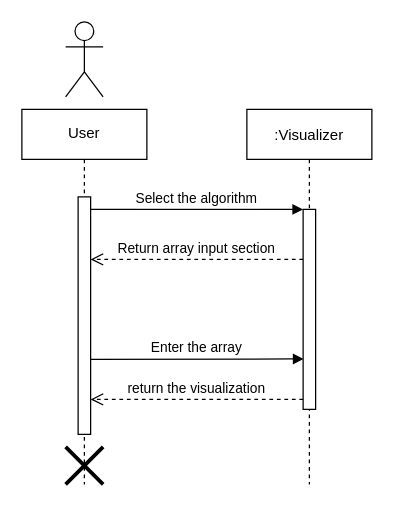
Above: Sequence_diagram.drawio in Mitansh007/SE (draw.io), before the change. Source tidied: cells renumbered, new cells numbered last; positions are measured from the earlier drawing's top-left corner, leaving out a move shared by most shapes. Both pictures are drawn from the tidied source at 125%, with x=0, y=0 at pixel (21, 21).
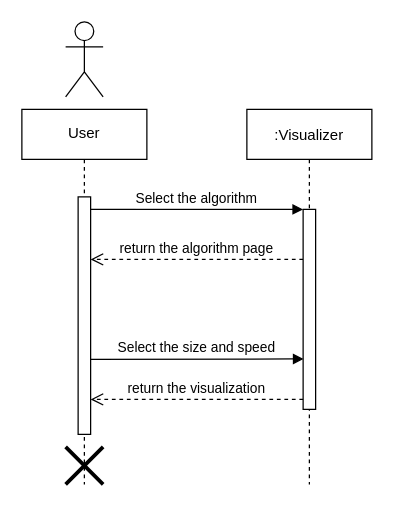
The same diagram, later.

Change to the diagram source:
```diff
@@
 <mxGraphModel>
   <root>
     <mxCell id="0" />
     <mxCell id="1" parent="0" />
     <mxCell id="2" style="shape=umlLifeline;perimeter=lifelinePerimeter;rounded=0;shadow=0;strokeWidth=1;" parent="1" vertex="1">
       <mxGeometry y="70" width="100" height="300" as="geometry" />
     </mxCell>
     <mxCell id="3" style="points=[];perimeter=orthogonalPerimeter;rounded=0;shadow=0;strokeWidth=1;" parent="2" vertex="1">
       <mxGeometry x="45" y="70" width="10" height="190" as="geometry" />
     </mxCell>
     <mxCell id="4" value="User" style="text;html=1;strokeColor=none;fillColor=none;align=center;verticalAlign=middle;whiteSpace=wrap;rounded=0;" parent="2" vertex="1">
       <mxGeometry x="20" y="4" width="60" height="30" as="geometry" />
     </mxCell>
-    <mxCell id="5" value="Return array input section" style="verticalAlign=bottom;endArrow=open;dashed=1;endSize=8;exitX=0;exitY=0.95;shadow=0;strokeWidth=1;" parent="2" edge="1">
+    <mxCell id="5" value="return the algorithm page" style="verticalAlign=bottom;endArrow=open;dashed=1;endSize=8;exitX=0;exitY=0.95;shadow=0;strokeWidth=1;" parent="2" edge="1">
       <mxGeometry relative="1" as="geometry">
         <mxPoint x="225" y="120" as="sourcePoint" />
         <mxPoint x="55" y="120" as="targetPoint" />
       </mxGeometry>
     </mxCell>
     <mxCell id="6" style="shape=umlDestroy;whiteSpace=wrap;html=1;strokeWidth=3;" parent="2" vertex="1">
       <mxGeometry x="35" y="270" width="30" height="30" as="geometry" />
     </mxCell>
     <mxCell id="7" value=":Visualizer" style="shape=umlLifeline;perimeter=lifelinePerimeter;rounded=0;shadow=0;strokeWidth=1;" parent="1" vertex="1">
       <mxGeometry x="180" y="70" width="100" height="300" as="geometry" />
     </mxCell>
     <mxCell id="8" style="points=[];perimeter=orthogonalPerimeter;rounded=0;shadow=0;strokeWidth=1;" parent="7" vertex="1">
       <mxGeometry x="45" y="80" width="10" height="160" as="geometry" />
     </mxCell>
     <mxCell id="9" value="return the visualization" style="verticalAlign=bottom;endArrow=open;dashed=1;endSize=8;exitX=0;exitY=0.95;shadow=0;strokeWidth=1;" parent="1" edge="1" source="8" target="3">
       <mxGeometry relative="1" as="geometry" />
     </mxCell>
     <mxCell id="10" value="Select the algorithm" style="verticalAlign=bottom;endArrow=block;entryX=0;entryY=0;shadow=0;strokeWidth=1;" parent="1" edge="1" source="3" target="8">
       <mxGeometry relative="1" as="geometry" />
     </mxCell>
     <mxCell id="11" style="shape=umlActor;verticalLabelPosition=bottom;verticalAlign=top;html=1;" parent="1" vertex="1">
       <mxGeometry x="35" width="30" height="60" as="geometry" />
     </mxCell>
-    <mxCell id="12" value="Enter the array" style="verticalAlign=bottom;endArrow=block;entryX=0.039;entryY=0.748;shadow=0;strokeWidth=1;entryDx=0;entryDy=0;entryPerimeter=0;exitX=1.004;exitY=0.684;exitDx=0;exitDy=0;exitPerimeter=0;" parent="1" edge="1" source="3" target="8">
+    <mxCell id="12" value="Select the size and speed" style="verticalAlign=bottom;endArrow=block;entryX=0.039;entryY=0.748;shadow=0;strokeWidth=1;entryDx=0;entryDy=0;entryPerimeter=0;exitX=1.004;exitY=0.684;exitDx=0;exitDy=0;exitPerimeter=0;" parent="1" edge="1" source="3" target="8">
       <mxGeometry relative="1" as="geometry" />
     </mxCell>
   </root>
 </mxGraphModel>
```
